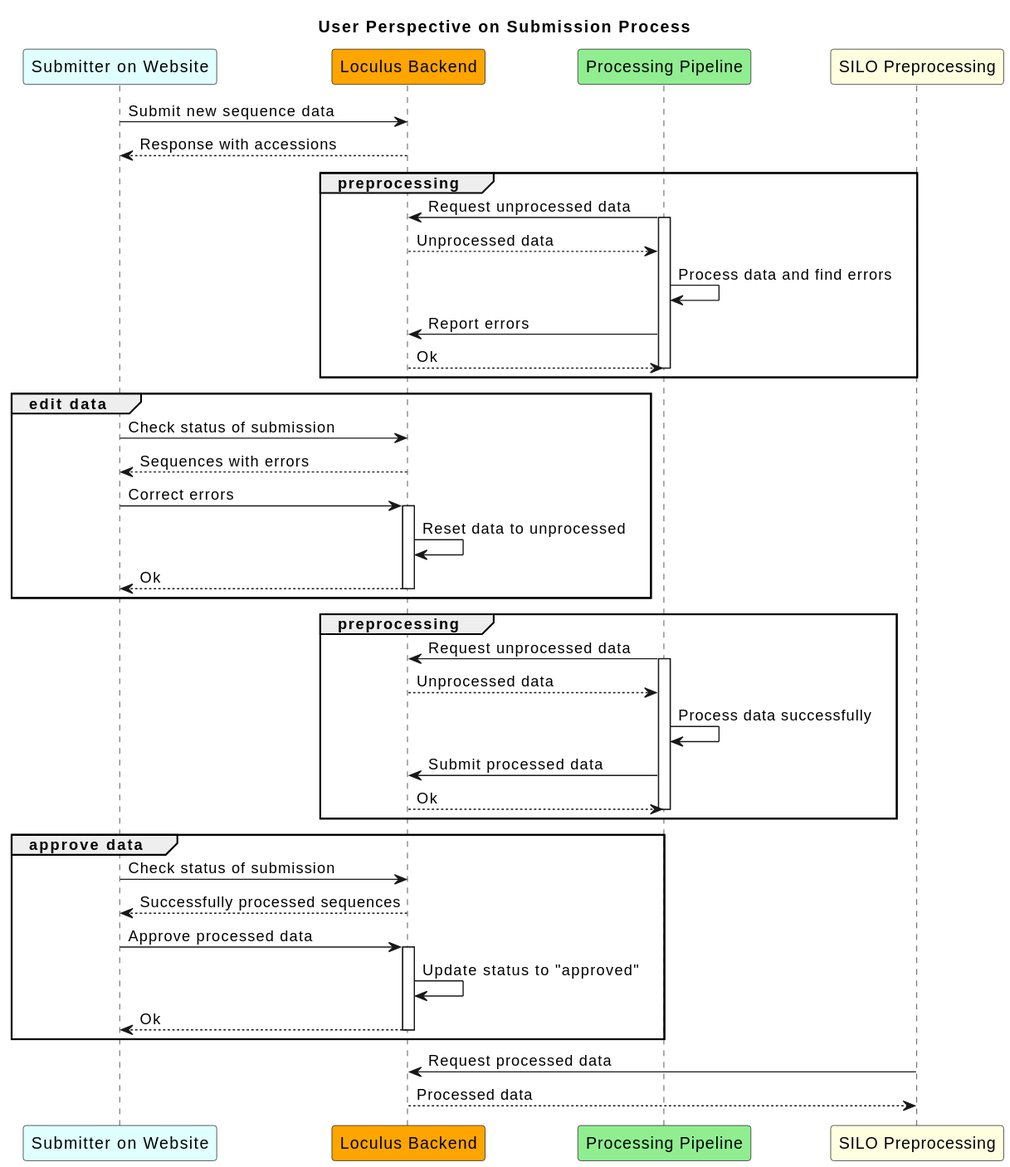
Above: architecture_docs/plantuml/06_user_submission_details.svg in loculus-project/loculus (PlantUML), before the change.
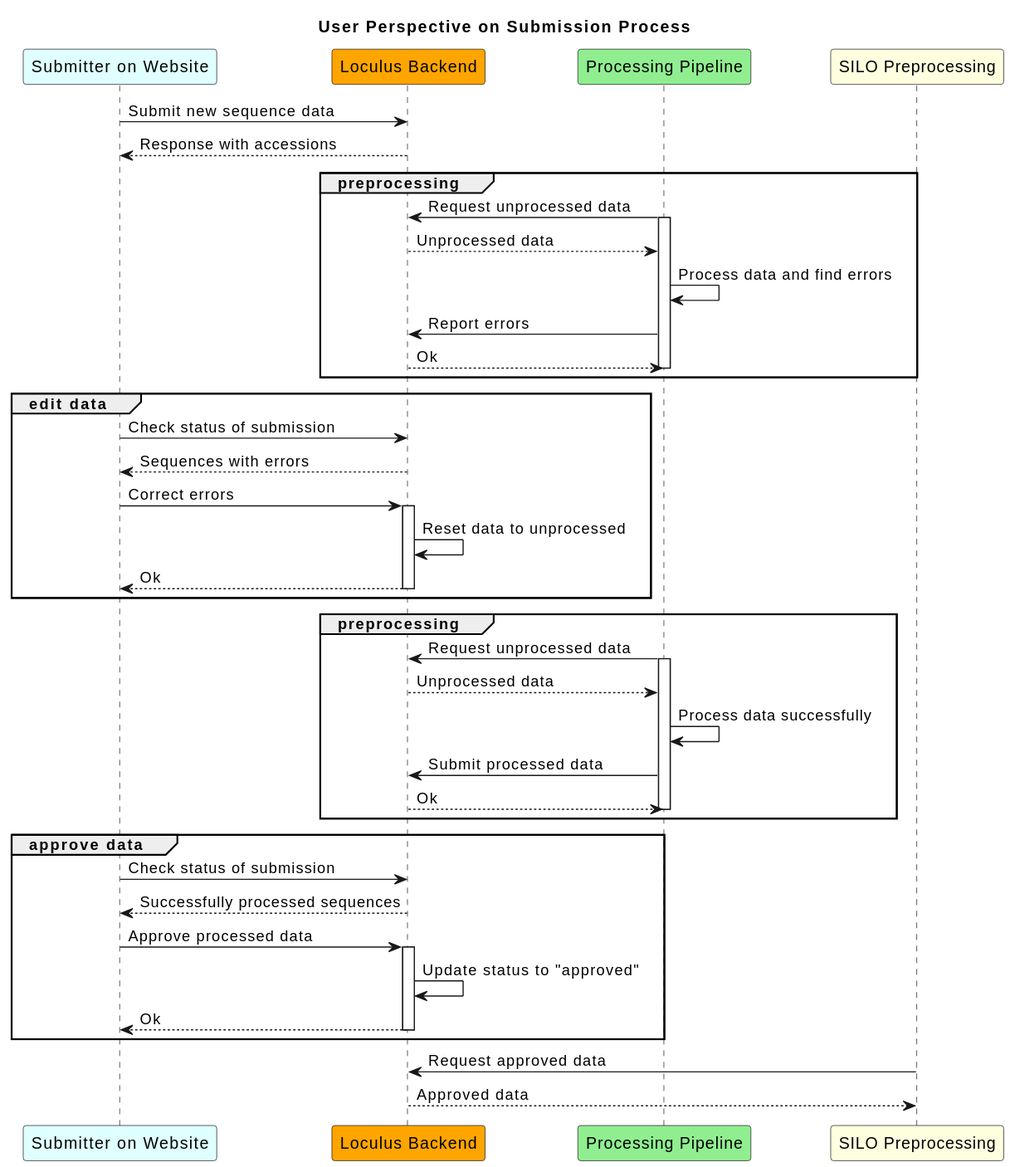
Above is the later version.

Diff of the diagram source:
```diff
@@ -50,6 +50,6 @@
     deactivate backend
 end
 
-silo_processing -> backend: Request processed data
-backend --> silo_processing: Processed data
+silo_processing -> backend: Request approved data
+backend --> silo_processing: Approved data
 @enduml
```
